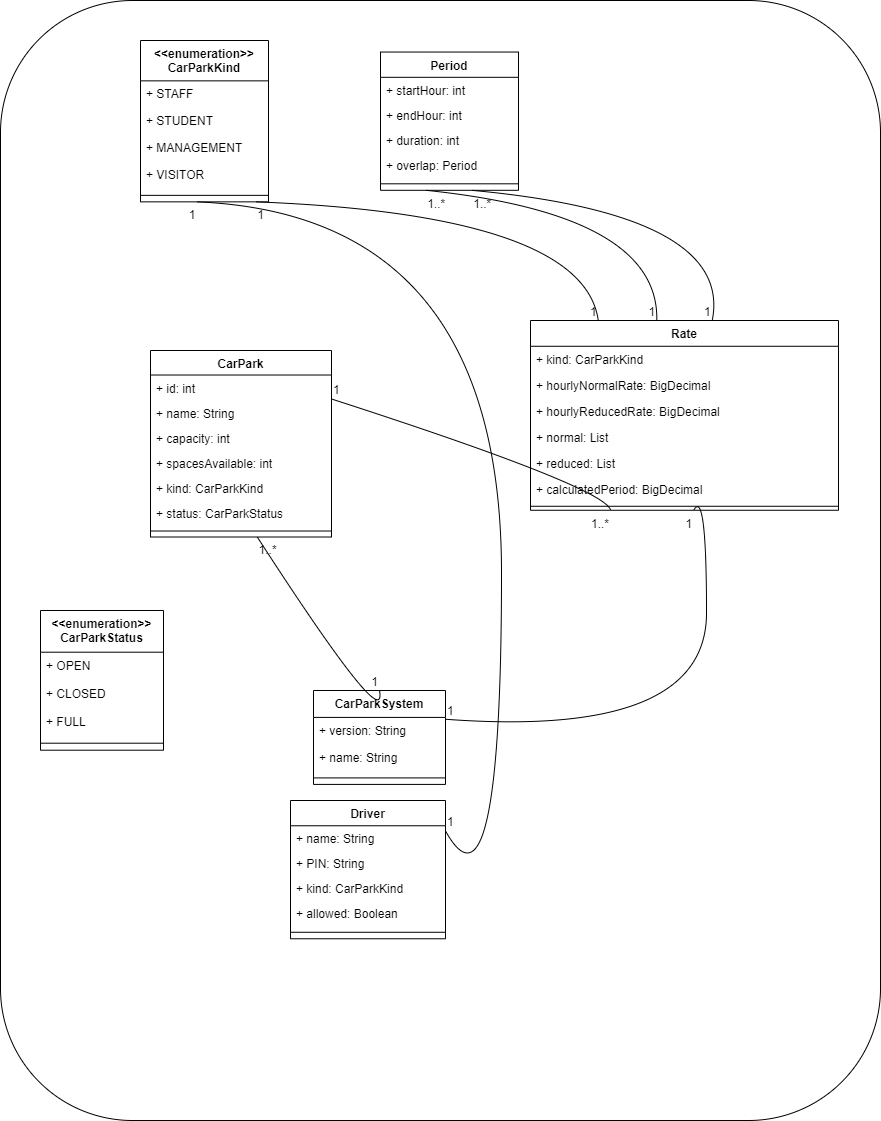
The draw.io diagram src/cm/task4ClassDiagram.png in SamCull/VerificationRepeat, before a commit. Source tidied: cells renumbered, new cells last; positions are measured from the earlier drawing's top-left corner, leaving out a move shared by most shapes.
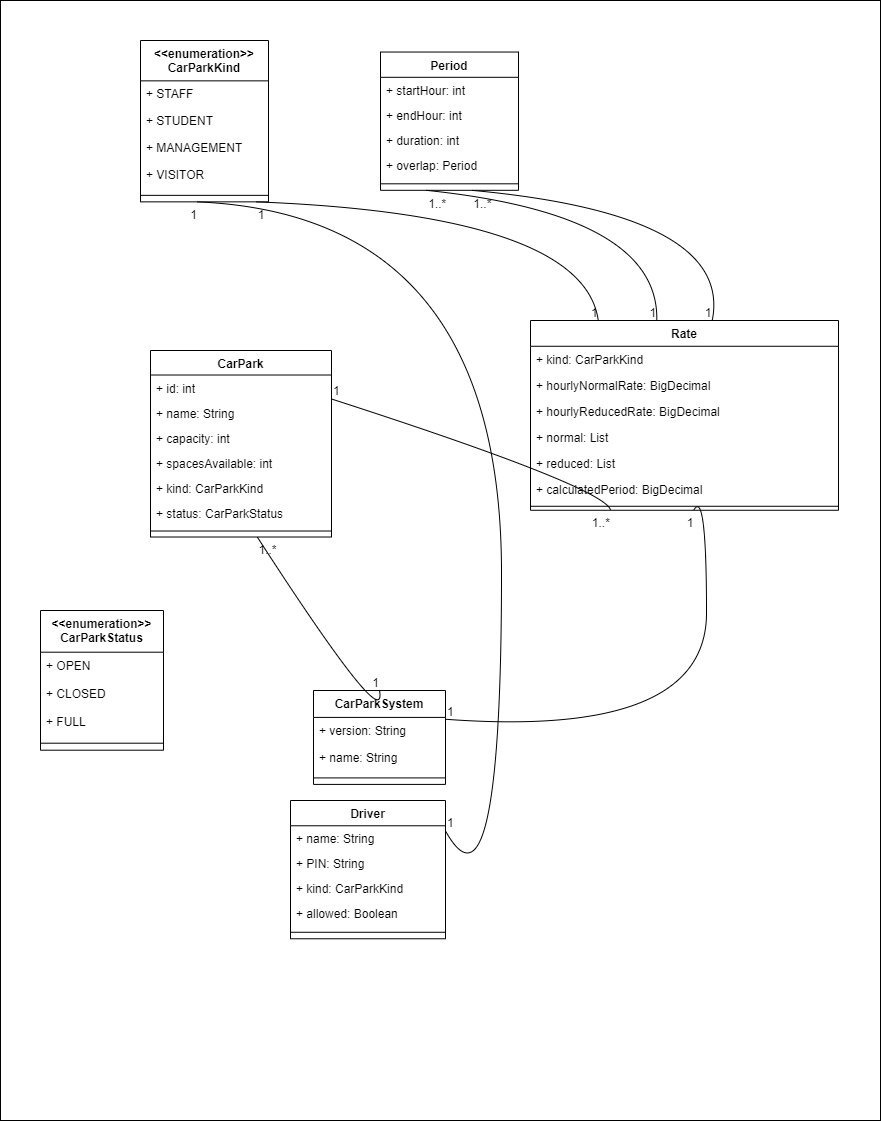
The same diagram one commit later.

Diff of the diagram source:
```diff
@@ -2,7 +2,7 @@
   <root>
     <mxCell id="0" />
     <mxCell id="1" parent="0" />
-    <mxCell id="2" style="rounded=1;whiteSpace=wrap;html=1;" parent="1" vertex="1">
+    <mxCell id="2" style="rounded=0;whiteSpace=wrap;html=1;glass=0;" parent="1" vertex="1">
       <mxGeometry width="880" height="1120" as="geometry" />
     </mxCell>
     <mxCell id="3" value="&lt;&lt;enumeration&gt;&gt;&#10;CarParkKind" style="swimlane;fontStyle=1;align=center;verticalAlign=top;horizontal=1;startSize=40.349998474121094;" parent="1" vertex="1">
```
